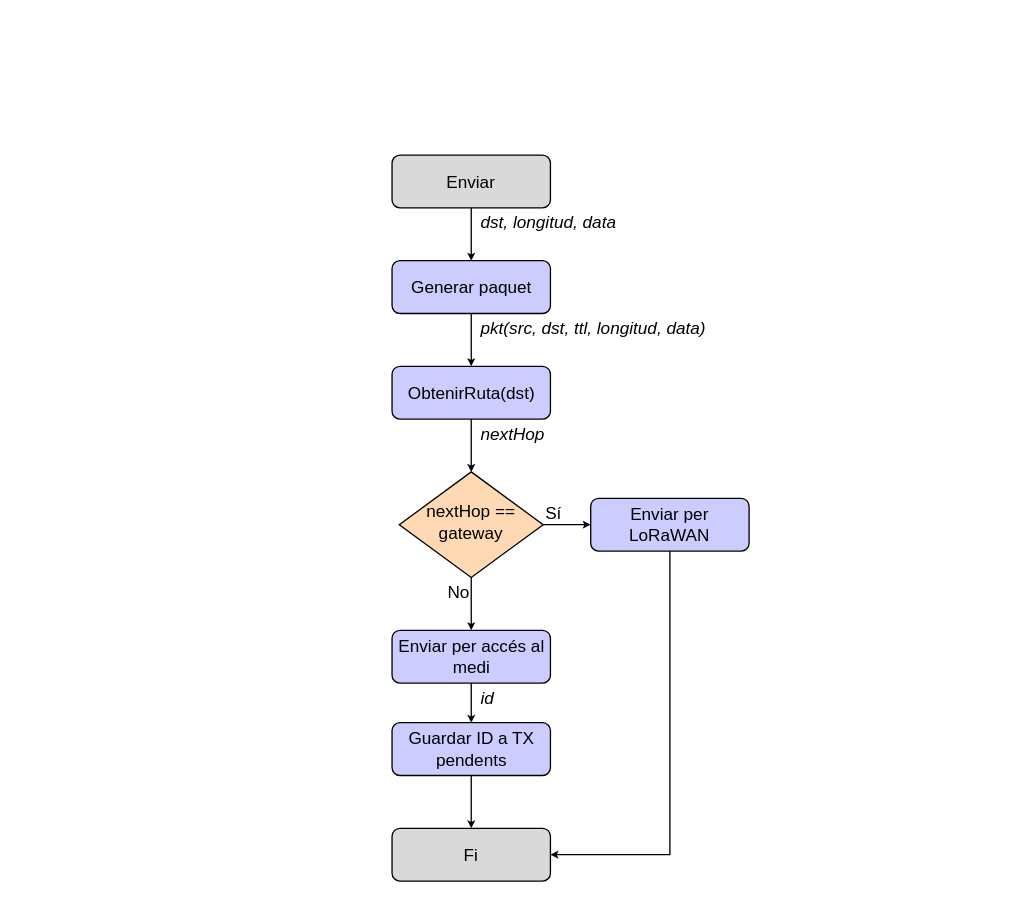
The draw.io diagram memoria/imatges/Routing_FluxTX.drawio in pfs26/Encaminament-LoRa, before the edit. Source tidied: cells renumbered, new cells numbered last; positions are measured from the earlier drawing's top-left corner, leaving out a move shared by most shapes. Both pictures are drawn from the tidied source at 132%, with x=0, y=0 at pixel (392, 154).
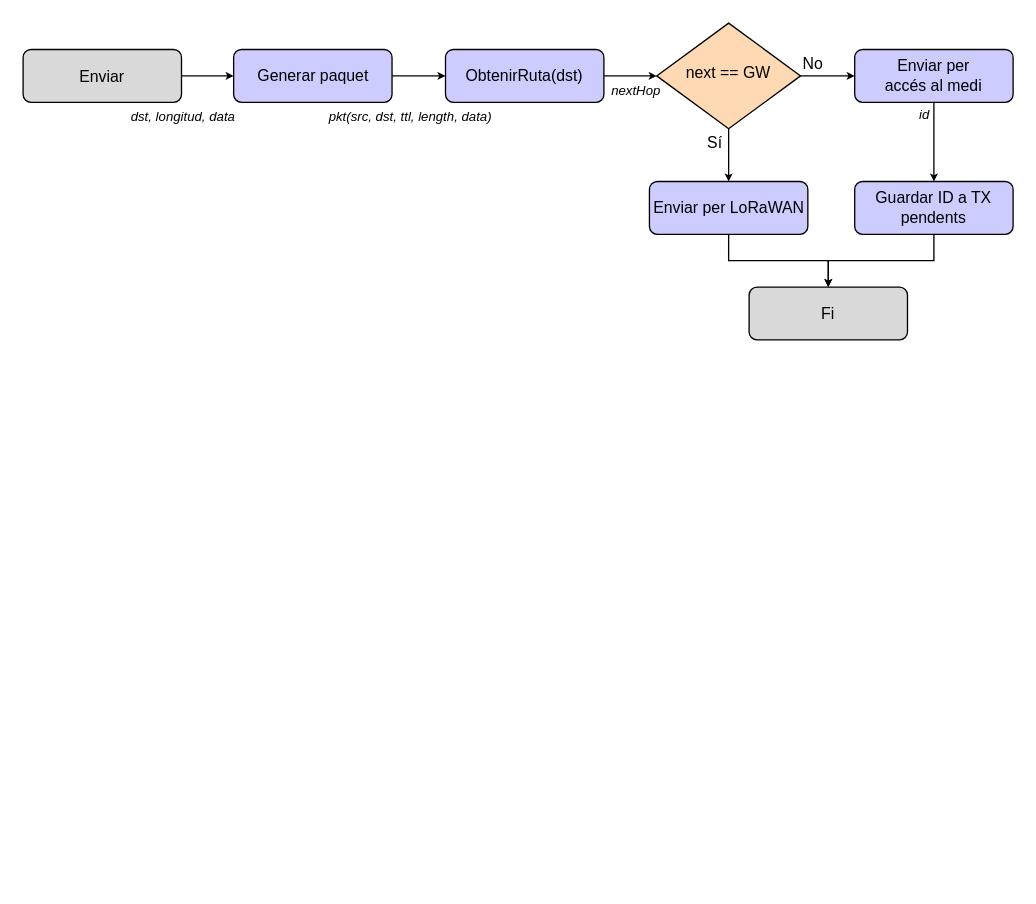
After the change.

Commit message (it also covers changes not shown here):
memoria: diagrames drawio, text per diagrames

What changed in the source:
```diff
@@
-    <mxCell id="2" style="edgeStyle=orthogonalEdgeStyle;shape=connector;rounded=0;jettySize=auto;html=1;shadow=0;strokeColor=default;strokeWidth=1;align=center;verticalAlign=middle;fontFamily=Computer Modern;fontSize=13;fontColor=default;labelBackgroundColor=none;endArrow=classic;endFill=1;endSize=3;entryX=0.5;entryY=0;entryDx=0;entryDy=0;" parent="1" edge="1" source="3" target="7">
+    <mxCell id="2" style="edgeStyle=orthogonalEdgeStyle;shape=connector;rounded=0;jettySize=auto;html=1;shadow=0;strokeColor=default;strokeWidth=1;align=center;verticalAlign=middle;fontFamily=Computer Modern;fontSize=13;fontColor=default;labelBackgroundColor=none;endArrow=classic;endFill=1;endSize=3;entryX=0;entryY=0.5;entryDx=0;entryDy=0;" parent="1" edge="1" source="3" target="7">
       <mxGeometry relative="1" as="geometry" />
     </mxCell>
-    <mxCell id="3" value="Generar paquet" style="rounded=1;whiteSpace=wrap;html=1;fontSize=13;glass=0;strokeWidth=1;shadow=0;fontFamily=Computer Modern;strokeColor=light-dark(#000000,#EDEDED);fillColor=light-dark(#ccccff, #ededed);" parent="1" vertex="1">
-      <mxGeometry x="-0.5" y="80" width="120" height="40" as="geometry" />
+    <mxCell id="3" value="Generar paquet" style="rounded=1;whiteSpace=wrap;html=1;fontSize=12;glass=0;strokeWidth=1;shadow=0;fontFamily=Computer Modern;strokeColor=light-dark(#000000,#EDEDED);fillColor=light-dark(#ccccff, #ededed);" parent="1" vertex="1">
+      <mxGeometry x="-120.5" y="-80" width="120" height="40" as="geometry" />
     </mxCell>
-    <mxCell id="4" value="pkt(src, dst, ttl, longitud, data)" style="edgeLabel;html=1;align=left;verticalAlign=middle;fontFamily=Computer Modern;fontSize=13;fontColor=default;labelBackgroundColor=none;fontStyle=2;" parent="1" vertex="1">
-      <mxGeometry x="65" y="130" as="geometry" />
+    <mxCell id="4" value="pkt(src, dst, ttl, length&lt;span style=&quot;background-color: transparent; color: light-dark(rgb(0, 0, 0), rgb(255, 255, 255));&quot;&gt;, data)&lt;/span&gt;" style="edgeLabel;html=1;align=left;verticalAlign=middle;fontFamily=Computer Modern;fontSize=10;fontColor=default;labelBackgroundColor=none;fontStyle=2;rotation=0;" parent="1" vertex="1">
+      <mxGeometry x="-50" y="-30" as="geometry" />
     </mxCell>
-    <mxCell id="5" value="dst, longitud, data" style="edgeLabel;html=1;align=left;verticalAlign=middle;fontFamily=Computer Modern;fontSize=13;fontColor=default;labelBackgroundColor=none;fontStyle=2;" parent="1" vertex="1">
-      <mxGeometry x="65" y="50" as="geometry" />
+    <mxCell id="5" value="dst, longitud, data" style="edgeLabel;html=1;align=left;verticalAlign=middle;fontFamily=Computer Modern;fontSize=10;fontColor=default;labelBackgroundColor=none;fontStyle=2;rotation=0;" parent="1" vertex="1">
+      <mxGeometry x="-200" y="-30" as="geometry" />
     </mxCell>
@@
-    <mxCell id="7" value="ObtenirRuta(dst)" style="rounded=1;whiteSpace=wrap;html=1;fontSize=13;glass=0;strokeWidth=1;shadow=0;fontFamily=Computer Modern;strokeColor=light-dark(#000000,#EDEDED);fillColor=light-dark(#ccccff, #ededed);" parent="1" vertex="1">
-      <mxGeometry x="-0.5" y="160" width="120" height="40" as="geometry" />
+    <mxCell id="7" value="ObtenirRuta(dst)" style="rounded=1;whiteSpace=wrap;html=1;fontSize=12;glass=0;strokeWidth=1;shadow=0;fontFamily=Computer Modern;strokeColor=light-dark(#000000,#EDEDED);fillColor=light-dark(#ccccff, #ededed);" parent="1" vertex="1">
+      <mxGeometry x="40" y="-80" width="120" height="40" as="geometry" />
     </mxCell>
-    <mxCell id="8" value="nextHop" style="edgeLabel;html=1;align=left;verticalAlign=middle;fontFamily=Computer Modern;fontSize=13;fontColor=default;labelBackgroundColor=none;fontStyle=2;" parent="1" vertex="1">
-      <mxGeometry x="65" y="210" as="geometry" />
+    <mxCell id="8" value="nextHop" style="edgeLabel;html=1;align=left;verticalAlign=middle;fontFamily=Computer Modern;fontSize=10;fontColor=default;labelBackgroundColor=none;fontStyle=2;rotation=0;" parent="1" vertex="1">
+      <mxGeometry x="164" y="-50" as="geometry" />
     </mxCell>
@@
-    <mxCell id="11" value="nextHop == gateway" style="rhombus;whiteSpace=wrap;html=1;shadow=0;fontFamily=Computer Modern;fontSize=13;align=center;strokeWidth=1;spacing=6;spacingTop=-4;fillColor=light-dark(#ffd9b3, #36210a);strokeColor=#000000;" parent="1" vertex="1">
-      <mxGeometry x="5" y="240" width="109" height="80" as="geometry" />
+    <mxCell id="11" value="next == GW" style="rhombus;whiteSpace=wrap;html=1;shadow=0;fontFamily=Computer Modern;fontSize=12;align=center;strokeWidth=1;spacing=6;spacingTop=-4;fillColor=light-dark(#ffd9b3, #36210a);strokeColor=#000000;" parent="1" vertex="1">
+      <mxGeometry x="200" y="-100" width="109" height="80" as="geometry" />
     </mxCell>
-    <mxCell id="12" style="edgeStyle=orthogonalEdgeStyle;rounded=0;jettySize=auto;html=1;entryX=1;entryY=0.5;entryDx=0;entryDy=0;exitX=0.5;exitY=1;exitDx=0;exitDy=0;endSize=3;" parent="1" edge="1" source="13" target="23">
+    <mxCell id="12" style="edgeStyle=orthogonalEdgeStyle;rounded=0;jettySize=auto;html=1;entryX=0.5;entryY=0;entryDx=0;entryDy=0;exitX=0.5;exitY=1;exitDx=0;exitDy=0;endSize=3;" parent="1" edge="1" source="13" target="23">
       <mxGeometry relative="1" as="geometry" />
     </mxCell>
-    <mxCell id="13" value="Enviar per LoRaWAN" style="rounded=1;whiteSpace=wrap;html=1;fontSize=13;glass=0;strokeWidth=1;shadow=0;fontFamily=Computer Modern;strokeColor=light-dark(#000000,#EDEDED);fillColor=light-dark(#ccccff, #ededed);" parent="1" vertex="1">
-      <mxGeometry x="150" y="260" width="120" height="40" as="geometry" />
+    <mxCell id="13" value="Enviar per LoRaWAN" style="rounded=1;whiteSpace=wrap;html=1;fontSize=12;glass=0;strokeWidth=1;shadow=0;fontFamily=Computer Modern;strokeColor=light-dark(#000000,#EDEDED);fillColor=light-dark(#ccccff, #ededed);" parent="1" vertex="1">
+      <mxGeometry x="194.5" y="20" width="120" height="40" as="geometry" />
     </mxCell>
@@
-    <mxCell id="15" value="Enviar per accés al medi" style="rounded=1;whiteSpace=wrap;html=1;fontSize=13;glass=0;strokeWidth=1;shadow=0;fontFamily=Computer Modern;strokeColor=light-dark(#000000,#EDEDED);fillColor=light-dark(#ccccff, #ededed);" parent="1" vertex="1">
-      <mxGeometry x="-0.5" y="360" width="120" height="40" as="geometry" />
+    <mxCell id="15" value="Enviar per &lt;br&gt;accés al medi" style="rounded=1;whiteSpace=wrap;html=1;fontSize=12;glass=0;strokeWidth=1;shadow=0;fontFamily=Computer Modern;strokeColor=light-dark(#000000,#EDEDED);fillColor=light-dark(#ccccff, #ededed);" parent="1" vertex="1">
+      <mxGeometry x="350" y="-80" width="120" height="40" as="geometry" />
     </mxCell>
-    <mxCell id="16" value="&lt;span style=&quot;font-style: normal;&quot;&gt;Sí&lt;/span&gt;" style="edgeLabel;html=1;align=left;verticalAlign=middle;fontFamily=Computer Modern;fontSize=13;fontColor=default;labelBackgroundColor=none;fontStyle=2;" parent="1" vertex="1">
-      <mxGeometry x="114" y="270" as="geometry" />
+    <mxCell id="16" value="&lt;span style=&quot;font-style: normal;&quot;&gt;Sí&lt;/span&gt;" style="edgeLabel;html=1;align=right;verticalAlign=middle;fontFamily=Computer Modern;fontSize=12;fontColor=default;labelBackgroundColor=none;fontStyle=2;" parent="1" vertex="1">
+      <mxGeometry x="250" y="-10" as="geometry" />
     </mxCell>
-    <mxCell id="17" value="&lt;span style=&quot;font-style: normal;&quot;&gt;No&lt;/span&gt;" style="edgeLabel;html=1;align=left;verticalAlign=middle;fontFamily=Computer Modern;fontSize=13;fontColor=default;labelBackgroundColor=none;fontStyle=2;" parent="1" vertex="1">
-      <mxGeometry x="40" y="330" as="geometry" />
+    <mxCell id="17" value="&lt;span style=&quot;font-style: normal;&quot;&gt;No&lt;/span&gt;" style="edgeLabel;html=1;align=left;verticalAlign=middle;fontFamily=Computer Modern;fontSize=12;fontColor=default;labelBackgroundColor=none;fontStyle=2;" parent="1" vertex="1">
+      <mxGeometry x="309" y="-70" as="geometry" />
     </mxCell>
@@
-    <mxCell id="19" value="Guardar ID a TX pendents" style="rounded=1;whiteSpace=wrap;html=1;fontSize=13;glass=0;strokeWidth=1;shadow=0;fontFamily=Computer Modern;strokeColor=light-dark(#000000,#EDEDED);fillColor=light-dark(#ccccff, #ededed);" parent="1" vertex="1">
-      <mxGeometry x="-0.5" y="430" width="120" height="40" as="geometry" />
+    <mxCell id="19" value="Guardar ID a TX pendents" style="rounded=1;whiteSpace=wrap;html=1;fontSize=12;glass=0;strokeWidth=1;shadow=0;fontFamily=Computer Modern;strokeColor=light-dark(#000000,#EDEDED);fillColor=light-dark(#ccccff, #ededed);" parent="1" vertex="1">
+      <mxGeometry x="350" y="20" width="120" height="40" as="geometry" />
     </mxCell>
-    <mxCell id="20" value="id" style="edgeLabel;html=1;align=left;verticalAlign=middle;fontFamily=Computer Modern;fontSize=13;fontColor=default;labelBackgroundColor=none;fontStyle=2;" parent="1" vertex="1">
-      <mxGeometry x="65" y="410" as="geometry" />
+    <mxCell id="20" value="id" style="edgeLabel;html=1;align=right;verticalAlign=middle;fontFamily=Computer Modern;fontSize=10;fontColor=default;labelBackgroundColor=none;fontStyle=2;" parent="1" vertex="1">
+      <mxGeometry x="407" y="-32" as="geometry" />
     </mxCell>
-    <mxCell id="21" style="edgeStyle=orthogonalEdgeStyle;rounded=0;jettySize=auto;html=1;entryX=0.5;entryY=0;entryDx=0;entryDy=0;strokeColor=default;align=center;verticalAlign=middle;fontFamily=Helvetica;fontSize=11;fontColor=default;labelBackgroundColor=default;endArrow=classic;endSize=3;" parent="1" edge="1" source="22" target="3">
+    <mxCell id="21" style="edgeStyle=orthogonalEdgeStyle;rounded=0;jettySize=auto;html=1;entryX=0;entryY=0.5;entryDx=0;entryDy=0;strokeColor=default;align=center;verticalAlign=middle;fontFamily=Helvetica;fontSize=11;fontColor=default;labelBackgroundColor=default;endArrow=classic;endSize=3;" parent="1" edge="1" source="22" target="3">
       <mxGeometry relative="1" as="geometry" />
     </mxCell>
-    <mxCell id="22" value="Enviar" style="rounded=1;fontSize=13;glass=0;strokeWidth=1;shadow=0;fontFamily=Computer Modern;fillColor=light-dark(#d9d9d9, #CCCCCC);fontStyle=0;verticalAlign=middle;" parent="1" vertex="1">
-      <mxGeometry x="-0.5" width="120" height="40" as="geometry" />
+    <mxCell id="22" value="Enviar" style="rounded=1;fontSize=12;glass=0;strokeWidth=1;shadow=0;fontFamily=Computer Modern;fillColor=light-dark(#d9d9d9, #CCCCCC);fontStyle=0;verticalAlign=middle;" parent="1" vertex="1">
+      <mxGeometry x="-280" y="-80" width="120" height="40" as="geometry" />
     </mxCell>
-    <mxCell id="23" value="Fi" style="rounded=1;fontSize=13;glass=0;strokeWidth=1;shadow=0;fontFamily=Computer Modern;fillColor=light-dark(#d9d9d9, #CCCCCC);fontStyle=0;verticalAlign=middle;" parent="1" vertex="1">
-      <mxGeometry x="-0.5" y="510" width="120" height="40" as="geometry" />
+    <mxCell id="23" value="Fi" style="rounded=1;fontSize=12;glass=0;strokeWidth=1;shadow=0;fontFamily=Computer Modern;fillColor=light-dark(#d9d9d9, #CCCCCC);fontStyle=0;verticalAlign=middle;" parent="1" vertex="1">
+      <mxGeometry x="270" y="100" width="120" height="40" as="geometry" />
     </mxCell>
```
